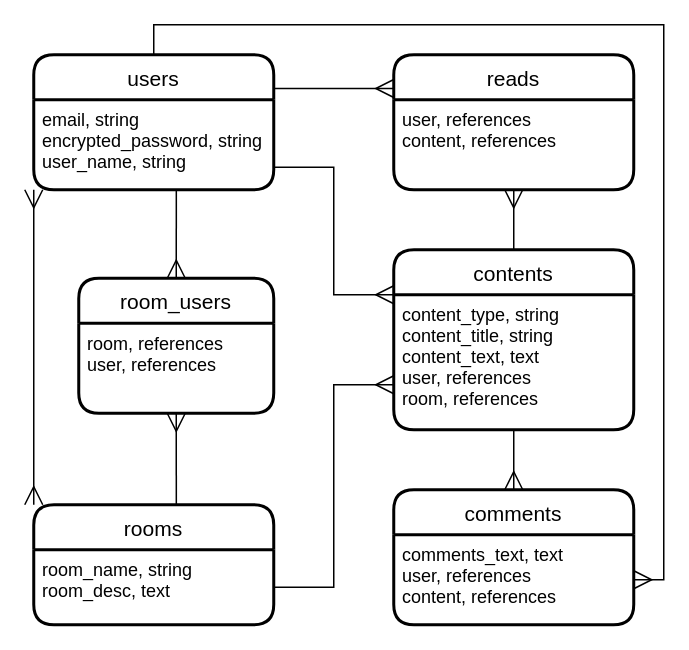
Before: ER.dio in shas0910/spinach, a draw.io diagram. Source tidied: cells renumbered, new cells numbered last; positions are measured from the earlier drawing's top-left corner, leaving out a move shared by most shapes. Both pictures are drawn from the tidied source at 150%, with x=0, y=0 at pixel (33, 54).
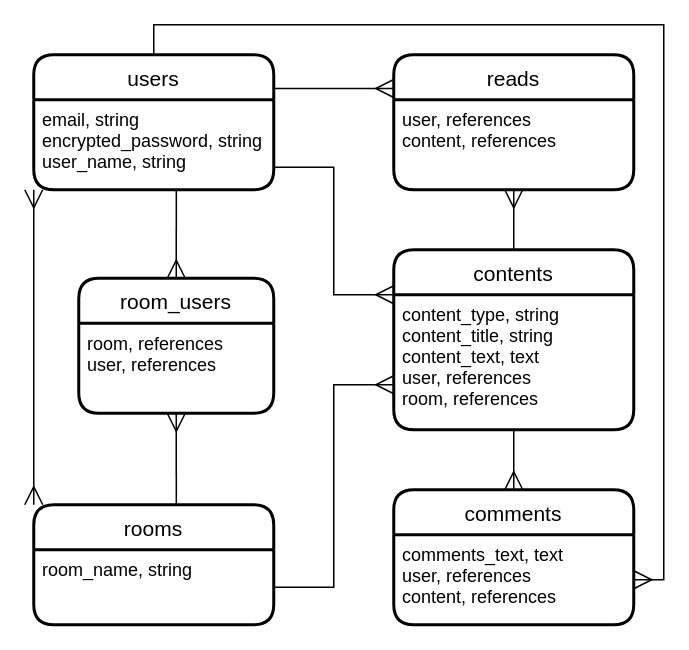
The same diagram, later.

Commit message (it also covers changes not shown here):
room_desc削除

The change refers to these unchanged cells:
```xml
<mxCell id="9" value="rooms" style="swimlane;horizontal=1;startSize=30;rounded=1;fontSize=14;fontStyle=0;strokeWidth=2;shadow=0;dashed=0;align=center;" parent="1" vertex="1">
  <mxGeometry y="300" width="160" height="80" as="geometry" />
</mxCell>
```

Diff of the diagram source:
```diff
@@
-    <mxCell id="10" value="room_name, string&#10;room_desc, text" style="align=left;strokeColor=none;fillColor=none;spacingLeft=4;fontSize=12;verticalAlign=top;" parent="9" vertex="1">
+    <mxCell id="10" value="room_name, string&#10;" style="align=left;strokeColor=none;fillColor=none;spacingLeft=4;fontSize=12;verticalAlign=top;" parent="9" vertex="1">
       <mxGeometry y="30" width="160" height="50" as="geometry" />
     </mxCell>
```
